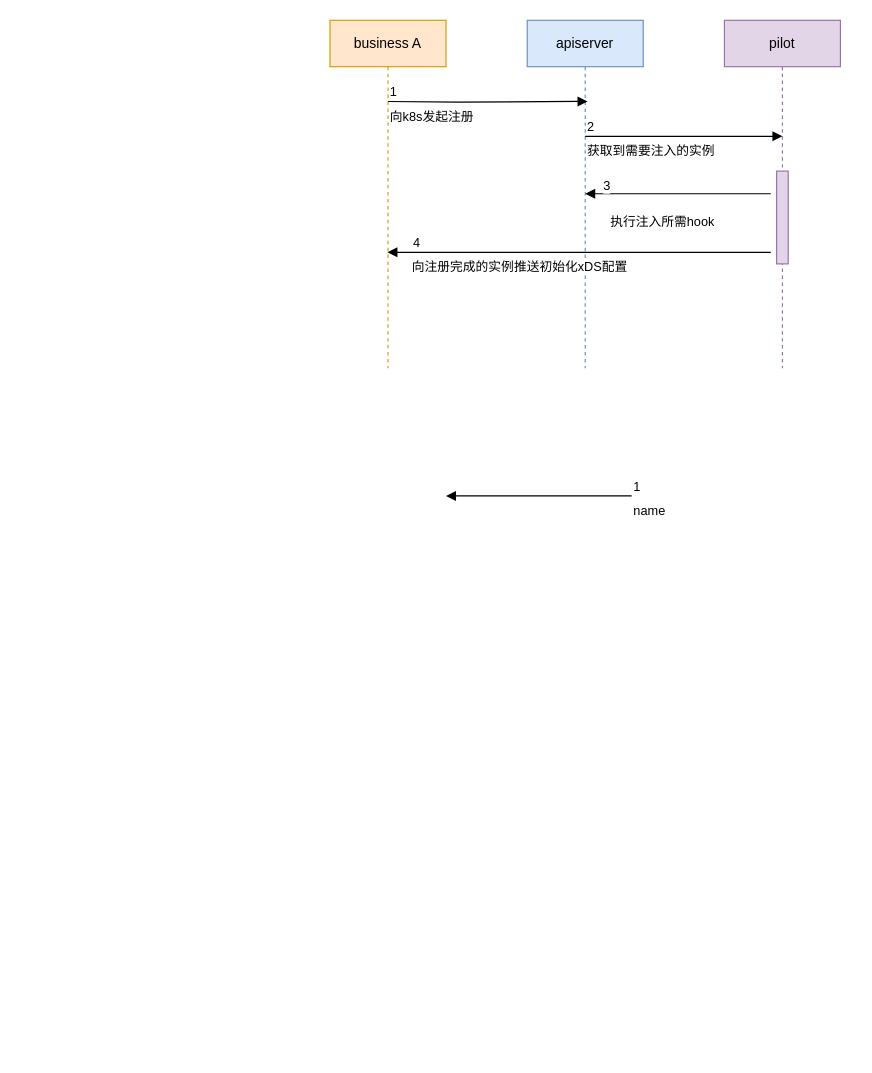
Before: sidcarreg.drawio in yueyangtian/draw, a draw.io diagram. Source tidied: cells renumbered, new cells numbered last; positions are measured from the earlier drawing's top-left corner, leaving out a move shared by most shapes. Both pictures are drawn from the tidied source at 116%, with x=0, y=0 at pixel (329, 20).
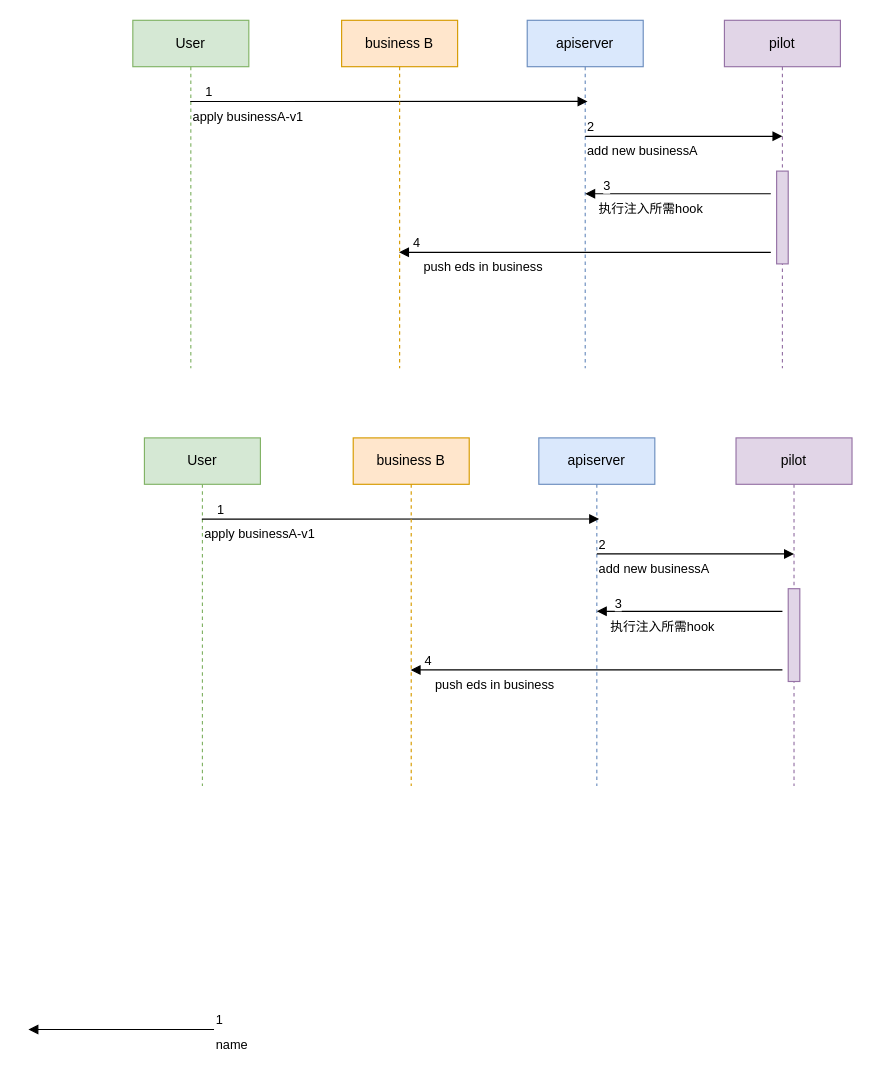
The same page after the edit.

Unchanged cells that the change refers to:
```xml
<mxCell id="5" value="apiserver" style="shape=umlLifeline;perimeter=lifelinePerimeter;whiteSpace=wrap;html=1;outlineConnect=0;fillColor=#dae8fc;strokeColor=#6c8ebf;" parent="1" vertex="1">
  <mxGeometry x="170" width="100" height="300" as="geometry" />
</mxCell>
```

What changed in the source:
```diff
@@
-    <mxCell id="2" value="business A" style="shape=umlLifeline;perimeter=lifelinePerimeter;whiteSpace=wrap;html=1;outlineConnect=0;fillColor=#ffe6cc;strokeColor=#d79b00;" parent="1" vertex="1">
-      <mxGeometry width="100" height="300" as="geometry" />
+    <mxCell id="2" value="User" style="shape=umlLifeline;perimeter=lifelinePerimeter;whiteSpace=wrap;html=1;outlineConnect=0;fillColor=#d5e8d4;strokeColor=#82b366;" parent="1" vertex="1">
+      <mxGeometry x="-170" width="100" height="300" as="geometry" />
     </mxCell>
@@
-    <mxCell id="6" value="向k8s发起注册" style="endArrow=block;endFill=1;html=1;edgeStyle=orthogonalEdgeStyle;align=left;verticalAlign=top;rounded=0;entryX=0.52;entryY=0.233;entryDx=0;entryDy=0;entryPerimeter=0;" parent="1" edge="1" target="5">
+    <mxCell id="6" value="apply businessA-v1" style="endArrow=block;endFill=1;html=1;edgeStyle=orthogonalEdgeStyle;align=left;verticalAlign=top;rounded=0;entryX=0.52;entryY=0.233;entryDx=0;entryDy=0;entryPerimeter=0;" parent="1" edge="1" source="2" target="5">
       <mxGeometry x="-1" relative="1" as="geometry">
-        <mxPoint x="50" y="70" as="sourcePoint" />
+        <Array as="points">
+          <mxPoint x="-50" y="70" />
+          <mxPoint x="-50" y="70" />
+        </Array>
       </mxGeometry>
     </mxCell>
     <mxCell id="7" value="1" style="edgeLabel;html=1;align=left;verticalAlign=bottom;" parent="6" vertex="1">
-      <mxGeometry x="-1" relative="1" as="geometry" />
+      <mxGeometry x="-1" relative="1" as="geometry">
+        <mxPoint x="11" as="offset" />
+      </mxGeometry>
     </mxCell>
-    <mxCell id="8" value="获取到需要注入的实例" style="endArrow=block;endFill=1;html=1;edgeStyle=orthogonalEdgeStyle;align=left;verticalAlign=top;rounded=0;" parent="1" edge="1">
+    <mxCell id="8" value="add new businessA" style="endArrow=block;endFill=1;html=1;edgeStyle=orthogonalEdgeStyle;align=left;verticalAlign=top;rounded=0;" parent="1" edge="1">
       <mxGeometry x="-1" relative="1" as="geometry">
         <mxPoint x="220" y="100" as="sourcePoint" />
         <mxPoint x="390" y="100" as="targetPoint" />
       </mxGeometry>
     </mxCell>
@@
     <mxCell id="10" value="name" style="endArrow=block;endFill=1;html=1;edgeStyle=orthogonalEdgeStyle;align=left;verticalAlign=top;rounded=0;" parent="1" edge="1">
       <mxGeometry x="-1" relative="1" as="geometry">
-        <mxPoint x="260" y="410" as="sourcePoint" />
-        <mxPoint x="100" y="410" as="targetPoint" />
+        <mxPoint x="-100" y="870" as="sourcePoint" />
+        <mxPoint x="-260" y="870" as="targetPoint" />
       </mxGeometry>
     </mxCell>
@@
     <mxCell id="12" value="执行注入所需hook" style="endArrow=block;endFill=1;html=1;edgeStyle=orthogonalEdgeStyle;align=left;verticalAlign=top;rounded=0;" parent="1" edge="1">
-      <mxGeometry x="0.75" y="11" relative="1" as="geometry">
+      <mxGeometry x="0.88" relative="1" as="geometry">
         <mxPoint x="380" y="149.5" as="sourcePoint" />
         <mxPoint x="220" y="149.5" as="targetPoint" />
       </mxGeometry>
     </mxCell>
@@
-    <mxCell id="14" value="向注册完成的实例推送初始化xDS配置" style="endArrow=block;endFill=1;html=1;edgeStyle=orthogonalEdgeStyle;align=left;verticalAlign=top;rounded=0;" parent="1" edge="1" target="2">
+    <mxCell id="14" value="push eds in business" style="endArrow=block;endFill=1;html=1;edgeStyle=orthogonalEdgeStyle;align=left;verticalAlign=top;rounded=0;" parent="1" edge="1" target="16">
       <mxGeometry x="0.88" relative="1" as="geometry">
         <mxPoint x="380" y="200" as="sourcePoint" />
         <Array as="points">
-          <mxPoint x="140" y="200" />
-          <mxPoint x="140" y="200" />
+          <mxPoint x="150" y="200" />
+          <mxPoint x="150" y="200" />
         </Array>
       </mxGeometry>
     </mxCell>
@@
+    <mxCell id="16" value="business B" style="shape=umlLifeline;perimeter=lifelinePerimeter;whiteSpace=wrap;html=1;outlineConnect=0;fillColor=#ffe6cc;strokeColor=#d79b00;" parent="1" vertex="1">
+      <mxGeometry x="10" width="100" height="300" as="geometry" />
+    </mxCell>
+    <mxCell id="17" value="User" style="shape=umlLifeline;perimeter=lifelinePerimeter;whiteSpace=wrap;html=1;outlineConnect=0;fillColor=#d5e8d4;strokeColor=#82b366;" parent="1" vertex="1">
+      <mxGeometry x="-160" y="360" width="100" height="300" as="geometry" />
+    </mxCell>
+    <mxCell id="18" value="pilot" style="shape=umlLifeline;perimeter=lifelinePerimeter;whiteSpace=wrap;html=1;fillColor=#e1d5e7;strokeColor=#9673a6;" parent="1" vertex="1">
+      <mxGeometry x="350" y="360" width="100" height="300" as="geometry" />
+    </mxCell>
+    <mxCell id="19" style="html=1;perimeter=orthogonalPerimeter;fillColor=#e1d5e7;strokeColor=#9673a6;" parent="18" vertex="1">
+      <mxGeometry x="45" y="130" width="10" height="80" as="geometry" />
+    </mxCell>
+    <mxCell id="20" value="apiserver" style="shape=umlLifeline;perimeter=lifelinePerimeter;whiteSpace=wrap;html=1;outlineConnect=0;fillColor=#dae8fc;strokeColor=#6c8ebf;" parent="1" vertex="1">
+      <mxGeometry x="180" y="360" width="100" height="300" as="geometry" />
+    </mxCell>
+    <mxCell id="21" value="apply businessA-v1" style="endArrow=block;endFill=1;html=1;edgeStyle=orthogonalEdgeStyle;align=left;verticalAlign=top;rounded=0;entryX=0.52;entryY=0.233;entryDx=0;entryDy=0;entryPerimeter=0;" parent="1" edge="1" source="17" target="20">
+      <mxGeometry x="-1" relative="1" as="geometry">
+        <Array as="points">
+          <mxPoint x="-40" y="430" />
+          <mxPoint x="-40" y="430" />
+        </Array>
+      </mxGeometry>
+    </mxCell>
+    <mxCell id="22" value="1" style="edgeLabel;html=1;align=left;verticalAlign=bottom;" parent="21" vertex="1">
+      <mxGeometry x="-1" relative="1" as="geometry">
+        <mxPoint x="11" as="offset" />
+      </mxGeometry>
+    </mxCell>
+    <mxCell id="23" value="add new businessA" style="endArrow=block;endFill=1;html=1;edgeStyle=orthogonalEdgeStyle;align=left;verticalAlign=top;rounded=0;" parent="1" edge="1">
+      <mxGeometry x="-1" relative="1" as="geometry">
+        <mxPoint x="230" y="460" as="sourcePoint" />
+        <mxPoint x="400" y="460" as="targetPoint" />
+      </mxGeometry>
+    </mxCell>
+    <mxCell id="24" value="2" style="edgeLabel;html=1;align=left;verticalAlign=bottom;" parent="23" vertex="1">
+      <mxGeometry x="-1" relative="1" as="geometry" />
+    </mxCell>
+    <mxCell id="25" value="执行注入所需hook" style="endArrow=block;endFill=1;html=1;edgeStyle=orthogonalEdgeStyle;align=left;verticalAlign=top;rounded=0;" parent="1" edge="1">
+      <mxGeometry x="0.88" relative="1" as="geometry">
+        <mxPoint x="390" y="509.5" as="sourcePoint" />
+        <mxPoint x="230" y="509.5" as="targetPoint" />
+      </mxGeometry>
+    </mxCell>
+    <mxCell id="26" value="3" style="edgeLabel;html=1;align=left;verticalAlign=bottom;" parent="25" vertex="1">
+      <mxGeometry x="-1" relative="1" as="geometry">
+        <mxPoint x="-146" y="1" as="offset" />
+      </mxGeometry>
+    </mxCell>
+    <mxCell id="27" value="push eds in business" style="endArrow=block;endFill=1;html=1;edgeStyle=orthogonalEdgeStyle;align=left;verticalAlign=top;rounded=0;" parent="1" edge="1" target="29">
+      <mxGeometry x="0.88" relative="1" as="geometry">
+        <mxPoint x="390" y="560" as="sourcePoint" />
+        <Array as="points">
+          <mxPoint x="160" y="560" />
+          <mxPoint x="160" y="560" />
+        </Array>
+      </mxGeometry>
+    </mxCell>
+    <mxCell id="28" value="4" style="edgeLabel;html=1;align=left;verticalAlign=bottom;" parent="27" vertex="1">
+      <mxGeometry x="-1" relative="1" as="geometry">
+        <mxPoint x="-310" as="offset" />
+      </mxGeometry>
+    </mxCell>
+    <mxCell id="29" value="business B" style="shape=umlLifeline;perimeter=lifelinePerimeter;whiteSpace=wrap;html=1;outlineConnect=0;fillColor=#ffe6cc;strokeColor=#d79b00;" parent="1" vertex="1">
+      <mxGeometry x="20" y="360" width="100" height="300" as="geometry" />
+    </mxCell>
```
